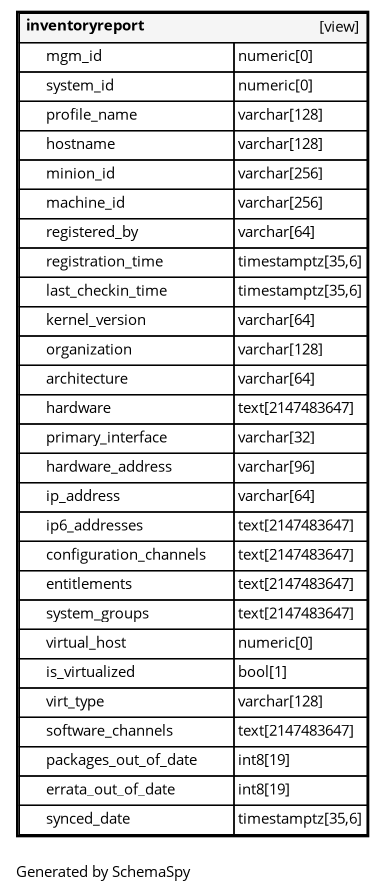
uyuni-project/uyuni-docs keeps this Graphviz diagram as reporting-db-schema/diagrams/tables/inventoryreport.1degree.png. Above is the earlier version. Its source is kept beside it as reporting-db-schema/diagrams/tables/inventoryreport.1degree.dot. Source of this version:
```dot
digraph "oneDegreeRelationshipsDiagram" {  graph [    rankdir="RL"    bgcolor="#ffffff"    label="\nGenerated by SchemaSpy"    labeljust="l"    nodesep="0.18"    ranksep="0.46"    fontname="Open Sans"    fontsize="11"    ration="compress"  ];  node [    fontname="Open Sans"    fontsize="11"    shape="plaintext"  ];  edge [    arrowsize="0.8"  ];
  "inventoryreport" [
   label=<
    <TABLE BORDER="2" CELLBORDER="1" CELLSPACING="0" BGCOLOR="#ffffff">
      <TR><TD COLSPAN="4"  BGCOLOR="#f5f5f5"><TABLE BORDER="0" CELLSPACING="0"><TR><TD ALIGN="LEFT" FIXEDSIZE="TRUE" WIDTH="96" HEIGHT="16"><B>inventoryreport</B></TD><TD ALIGN="RIGHT">[view]</TD></TR></TABLE></TD></TR>
      <TR><TD PORT="mgm_id" COLSPAN="2" ALIGN="LEFT"><TABLE BORDER="0" CELLSPACING="0" ALIGN="LEFT"><TR ALIGN="LEFT"><TD ALIGN="LEFT" FIXEDSIZE="TRUE" WIDTH="15" HEIGHT="16"></TD><TD ALIGN="LEFT" FIXEDSIZE="TRUE" WIDTH="140" HEIGHT="16">mgm_id</TD></TR></TABLE></TD><TD PORT="mgm_id.type" ALIGN="LEFT">numeric[0]</TD></TR>
      <TR><TD PORT="system_id" COLSPAN="2" ALIGN="LEFT"><TABLE BORDER="0" CELLSPACING="0" ALIGN="LEFT"><TR ALIGN="LEFT"><TD ALIGN="LEFT" FIXEDSIZE="TRUE" WIDTH="15" HEIGHT="16"></TD><TD ALIGN="LEFT" FIXEDSIZE="TRUE" WIDTH="140" HEIGHT="16">system_id</TD></TR></TABLE></TD><TD PORT="system_id.type" ALIGN="LEFT">numeric[0]</TD></TR>
      <TR><TD PORT="profile_name" COLSPAN="2" ALIGN="LEFT"><TABLE BORDER="0" CELLSPACING="0" ALIGN="LEFT"><TR ALIGN="LEFT"><TD ALIGN="LEFT" FIXEDSIZE="TRUE" WIDTH="15" HEIGHT="16"></TD><TD ALIGN="LEFT" FIXEDSIZE="TRUE" WIDTH="140" HEIGHT="16">profile_name</TD></TR></TABLE></TD><TD PORT="profile_name.type" ALIGN="LEFT">varchar[128]</TD></TR>
      <TR><TD PORT="hostname" COLSPAN="2" ALIGN="LEFT"><TABLE BORDER="0" CELLSPACING="0" ALIGN="LEFT"><TR ALIGN="LEFT"><TD ALIGN="LEFT" FIXEDSIZE="TRUE" WIDTH="15" HEIGHT="16"></TD><TD ALIGN="LEFT" FIXEDSIZE="TRUE" WIDTH="140" HEIGHT="16">hostname</TD></TR></TABLE></TD><TD PORT="hostname.type" ALIGN="LEFT">varchar[128]</TD></TR>
      <TR><TD PORT="minion_id" COLSPAN="2" ALIGN="LEFT"><TABLE BORDER="0" CELLSPACING="0" ALIGN="LEFT"><TR ALIGN="LEFT"><TD ALIGN="LEFT" FIXEDSIZE="TRUE" WIDTH="15" HEIGHT="16"></TD><TD ALIGN="LEFT" FIXEDSIZE="TRUE" WIDTH="140" HEIGHT="16">minion_id</TD></TR></TABLE></TD><TD PORT="minion_id.type" ALIGN="LEFT">varchar[256]</TD></TR>
      <TR><TD PORT="machine_id" COLSPAN="2" ALIGN="LEFT"><TABLE BORDER="0" CELLSPACING="0" ALIGN="LEFT"><TR ALIGN="LEFT"><TD ALIGN="LEFT" FIXEDSIZE="TRUE" WIDTH="15" HEIGHT="16"></TD><TD ALIGN="LEFT" FIXEDSIZE="TRUE" WIDTH="140" HEIGHT="16">machine_id</TD></TR></TABLE></TD><TD PORT="machine_id.type" ALIGN="LEFT">varchar[256]</TD></TR>
      <TR><TD PORT="registered_by" COLSPAN="2" ALIGN="LEFT"><TABLE BORDER="0" CELLSPACING="0" ALIGN="LEFT"><TR ALIGN="LEFT"><TD ALIGN="LEFT" FIXEDSIZE="TRUE" WIDTH="15" HEIGHT="16"></TD><TD ALIGN="LEFT" FIXEDSIZE="TRUE" WIDTH="140" HEIGHT="16">registered_by</TD></TR></TABLE></TD><TD PORT="registered_by.type" ALIGN="LEFT">varchar[64]</TD></TR>
      <TR><TD PORT="registration_time" COLSPAN="2" ALIGN="LEFT"><TABLE BORDER="0" CELLSPACING="0" ALIGN="LEFT"><TR ALIGN="LEFT"><TD ALIGN="LEFT" FIXEDSIZE="TRUE" WIDTH="15" HEIGHT="16"></TD><TD ALIGN="LEFT" FIXEDSIZE="TRUE" WIDTH="140" HEIGHT="16">registration_time</TD></TR></TABLE></TD><TD PORT="registration_time.type" ALIGN="LEFT">timestamptz[35,6]</TD></TR>
      <TR><TD PORT="last_checkin_time" COLSPAN="2" ALIGN="LEFT"><TABLE BORDER="0" CELLSPACING="0" ALIGN="LEFT"><TR ALIGN="LEFT"><TD ALIGN="LEFT" FIXEDSIZE="TRUE" WIDTH="15" HEIGHT="16"></TD><TD ALIGN="LEFT" FIXEDSIZE="TRUE" WIDTH="140" HEIGHT="16">last_checkin_time</TD></TR></TABLE></TD><TD PORT="last_checkin_time.type" ALIGN="LEFT">timestamptz[35,6]</TD></TR>
      <TR><TD PORT="kernel_version" COLSPAN="2" ALIGN="LEFT"><TABLE BORDER="0" CELLSPACING="0" ALIGN="LEFT"><TR ALIGN="LEFT"><TD ALIGN="LEFT" FIXEDSIZE="TRUE" WIDTH="15" HEIGHT="16"></TD><TD ALIGN="LEFT" FIXEDSIZE="TRUE" WIDTH="140" HEIGHT="16">kernel_version</TD></TR></TABLE></TD><TD PORT="kernel_version.type" ALIGN="LEFT">varchar[64]</TD></TR>
      <TR><TD PORT="organization" COLSPAN="2" ALIGN="LEFT"><TABLE BORDER="0" CELLSPACING="0" ALIGN="LEFT"><TR ALIGN="LEFT"><TD ALIGN="LEFT" FIXEDSIZE="TRUE" WIDTH="15" HEIGHT="16"></TD><TD ALIGN="LEFT" FIXEDSIZE="TRUE" WIDTH="140" HEIGHT="16">organization</TD></TR></TABLE></TD><TD PORT="organization.type" ALIGN="LEFT">varchar[128]</TD></TR>
      <TR><TD PORT="architecture" COLSPAN="2" ALIGN="LEFT"><TABLE BORDER="0" CELLSPACING="0" ALIGN="LEFT"><TR ALIGN="LEFT"><TD ALIGN="LEFT" FIXEDSIZE="TRUE" WIDTH="15" HEIGHT="16"></TD><TD ALIGN="LEFT" FIXEDSIZE="TRUE" WIDTH="140" HEIGHT="16">architecture</TD></TR></TABLE></TD><TD PORT="architecture.type" ALIGN="LEFT">varchar[64]</TD></TR>
      <TR><TD PORT="hardware" COLSPAN="2" ALIGN="LEFT"><TABLE BORDER="0" CELLSPACING="0" ALIGN="LEFT"><TR ALIGN="LEFT"><TD ALIGN="LEFT" FIXEDSIZE="TRUE" WIDTH="15" HEIGHT="16"></TD><TD ALIGN="LEFT" FIXEDSIZE="TRUE" WIDTH="140" HEIGHT="16">hardware</TD></TR></TABLE></TD><TD PORT="hardware.type" ALIGN="LEFT">text[2147483647]</TD></TR>
      <TR><TD PORT="primary_interface" COLSPAN="2" ALIGN="LEFT"><TABLE BORDER="0" CELLSPACING="0" ALIGN="LEFT"><TR ALIGN="LEFT"><TD ALIGN="LEFT" FIXEDSIZE="TRUE" WIDTH="15" HEIGHT="16"></TD><TD ALIGN="LEFT" FIXEDSIZE="TRUE" WIDTH="140" HEIGHT="16">primary_interface</TD></TR></TABLE></TD><TD PORT="primary_interface.type" ALIGN="LEFT">varchar[32]</TD></TR>
      <TR><TD PORT="hardware_address" COLSPAN="2" ALIGN="LEFT"><TABLE BORDER="0" CELLSPACING="0" ALIGN="LEFT"><TR ALIGN="LEFT"><TD ALIGN="LEFT" FIXEDSIZE="TRUE" WIDTH="15" HEIGHT="16"></TD><TD ALIGN="LEFT" FIXEDSIZE="TRUE" WIDTH="140" HEIGHT="16">hardware_address</TD></TR></TABLE></TD><TD PORT="hardware_address.type" ALIGN="LEFT">varchar[96]</TD></TR>
      <TR><TD PORT="ip_address" COLSPAN="2" ALIGN="LEFT"><TABLE BORDER="0" CELLSPACING="0" ALIGN="LEFT"><TR ALIGN="LEFT"><TD ALIGN="LEFT" FIXEDSIZE="TRUE" WIDTH="15" HEIGHT="16"></TD><TD ALIGN="LEFT" FIXEDSIZE="TRUE" WIDTH="140" HEIGHT="16">ip_address</TD></TR></TABLE></TD><TD PORT="ip_address.type" ALIGN="LEFT">varchar[64]</TD></TR>
      <TR><TD PORT="ip6_addresses" COLSPAN="2" ALIGN="LEFT"><TABLE BORDER="0" CELLSPACING="0" ALIGN="LEFT"><TR ALIGN="LEFT"><TD ALIGN="LEFT" FIXEDSIZE="TRUE" WIDTH="15" HEIGHT="16"></TD><TD ALIGN="LEFT" FIXEDSIZE="TRUE" WIDTH="140" HEIGHT="16">ip6_addresses</TD></TR></TABLE></TD><TD PORT="ip6_addresses.type" ALIGN="LEFT">text[2147483647]</TD></TR>
      <TR><TD PORT="configuration_channels" COLSPAN="2" ALIGN="LEFT"><TABLE BORDER="0" CELLSPACING="0" ALIGN="LEFT"><TR ALIGN="LEFT"><TD ALIGN="LEFT" FIXEDSIZE="TRUE" WIDTH="15" HEIGHT="16"></TD><TD ALIGN="LEFT" FIXEDSIZE="TRUE" WIDTH="140" HEIGHT="16">configuration_channels</TD></TR></TABLE></TD><TD PORT="configuration_channels.type" ALIGN="LEFT">text[2147483647]</TD></TR>
      <TR><TD PORT="entitlements" COLSPAN="2" ALIGN="LEFT"><TABLE BORDER="0" CELLSPACING="0" ALIGN="LEFT"><TR ALIGN="LEFT"><TD ALIGN="LEFT" FIXEDSIZE="TRUE" WIDTH="15" HEIGHT="16"></TD><TD ALIGN="LEFT" FIXEDSIZE="TRUE" WIDTH="140" HEIGHT="16">entitlements</TD></TR></TABLE></TD><TD PORT="entitlements.type" ALIGN="LEFT">text[2147483647]</TD></TR>
      <TR><TD PORT="system_groups" COLSPAN="2" ALIGN="LEFT"><TABLE BORDER="0" CELLSPACING="0" ALIGN="LEFT"><TR ALIGN="LEFT"><TD ALIGN="LEFT" FIXEDSIZE="TRUE" WIDTH="15" HEIGHT="16"></TD><TD ALIGN="LEFT" FIXEDSIZE="TRUE" WIDTH="140" HEIGHT="16">system_groups</TD></TR></TABLE></TD><TD PORT="system_groups.type" ALIGN="LEFT">text[2147483647]</TD></TR>
      <TR><TD PORT="virtual_host" COLSPAN="2" ALIGN="LEFT"><TABLE BORDER="0" CELLSPACING="0" ALIGN="LEFT"><TR ALIGN="LEFT"><TD ALIGN="LEFT" FIXEDSIZE="TRUE" WIDTH="15" HEIGHT="16"></TD><TD ALIGN="LEFT" FIXEDSIZE="TRUE" WIDTH="140" HEIGHT="16">virtual_host</TD></TR></TABLE></TD><TD PORT="virtual_host.type" ALIGN="LEFT">numeric[0]</TD></TR>
      <TR><TD PORT="is_virtualized" COLSPAN="2" ALIGN="LEFT"><TABLE BORDER="0" CELLSPACING="0" ALIGN="LEFT"><TR ALIGN="LEFT"><TD ALIGN="LEFT" FIXEDSIZE="TRUE" WIDTH="15" HEIGHT="16"></TD><TD ALIGN="LEFT" FIXEDSIZE="TRUE" WIDTH="140" HEIGHT="16">is_virtualized</TD></TR></TABLE></TD><TD PORT="is_virtualized.type" ALIGN="LEFT">bool[1]</TD></TR>
      <TR><TD PORT="virt_type" COLSPAN="2" ALIGN="LEFT"><TABLE BORDER="0" CELLSPACING="0" ALIGN="LEFT"><TR ALIGN="LEFT"><TD ALIGN="LEFT" FIXEDSIZE="TRUE" WIDTH="15" HEIGHT="16"></TD><TD ALIGN="LEFT" FIXEDSIZE="TRUE" WIDTH="140" HEIGHT="16">virt_type</TD></TR></TABLE></TD><TD PORT="virt_type.type" ALIGN="LEFT">varchar[128]</TD></TR>
      <TR><TD PORT="software_channels" COLSPAN="2" ALIGN="LEFT"><TABLE BORDER="0" CELLSPACING="0" ALIGN="LEFT"><TR ALIGN="LEFT"><TD ALIGN="LEFT" FIXEDSIZE="TRUE" WIDTH="15" HEIGHT="16"></TD><TD ALIGN="LEFT" FIXEDSIZE="TRUE" WIDTH="140" HEIGHT="16">software_channels</TD></TR></TABLE></TD><TD PORT="software_channels.type" ALIGN="LEFT">text[2147483647]</TD></TR>
      <TR><TD PORT="packages_out_of_date" COLSPAN="2" ALIGN="LEFT"><TABLE BORDER="0" CELLSPACING="0" ALIGN="LEFT"><TR ALIGN="LEFT"><TD ALIGN="LEFT" FIXEDSIZE="TRUE" WIDTH="15" HEIGHT="16"></TD><TD ALIGN="LEFT" FIXEDSIZE="TRUE" WIDTH="140" HEIGHT="16">packages_out_of_date</TD></TR></TABLE></TD><TD PORT="packages_out_of_date.type" ALIGN="LEFT">int8[19]</TD></TR>
      <TR><TD PORT="errata_out_of_date" COLSPAN="2" ALIGN="LEFT"><TABLE BORDER="0" CELLSPACING="0" ALIGN="LEFT"><TR ALIGN="LEFT"><TD ALIGN="LEFT" FIXEDSIZE="TRUE" WIDTH="15" HEIGHT="16"></TD><TD ALIGN="LEFT" FIXEDSIZE="TRUE" WIDTH="140" HEIGHT="16">errata_out_of_date</TD></TR></TABLE></TD><TD PORT="errata_out_of_date.type" ALIGN="LEFT">int8[19]</TD></TR>
      <TR><TD PORT="synced_date" COLSPAN="2" ALIGN="LEFT"><TABLE BORDER="0" CELLSPACING="0" ALIGN="LEFT"><TR ALIGN="LEFT"><TD ALIGN="LEFT" FIXEDSIZE="TRUE" WIDTH="15" HEIGHT="16"></TD><TD ALIGN="LEFT" FIXEDSIZE="TRUE" WIDTH="140" HEIGHT="16">synced_date</TD></TR></TABLE></TD><TD PORT="synced_date.type" ALIGN="LEFT">timestamptz[35,6]</TD></TR>
    </TABLE>>
    URL="inventoryreport.html"
    target="_top"
    tooltip="inventoryreport"
  ];
}
```
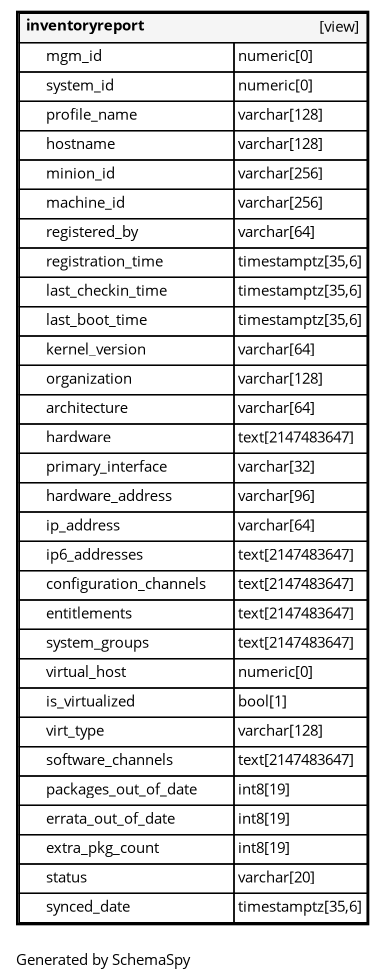
After the change.

Diff of the diagram source:
```diff
@@ -12,6 +12,7 @@
       <TR><TD PORT="registered_by" COLSPAN="2" ALIGN="LEFT"><TABLE BORDER="0" CELLSPACING="0" ALIGN="LEFT"><TR ALIGN="LEFT"><TD ALIGN="LEFT" FIXEDSIZE="TRUE" WIDTH="15" HEIGHT="16"></TD><TD ALIGN="LEFT" FIXEDSIZE="TRUE" WIDTH="140" HEIGHT="16">registered_by</TD></TR></TABLE></TD><TD PORT="registered_by.type" ALIGN="LEFT">varchar[64]</TD></TR>
       <TR><TD PORT="registration_time" COLSPAN="2" ALIGN="LEFT"><TABLE BORDER="0" CELLSPACING="0" ALIGN="LEFT"><TR ALIGN="LEFT"><TD ALIGN="LEFT" FIXEDSIZE="TRUE" WIDTH="15" HEIGHT="16"></TD><TD ALIGN="LEFT" FIXEDSIZE="TRUE" WIDTH="140" HEIGHT="16">registration_time</TD></TR></TABLE></TD><TD PORT="registration_time.type" ALIGN="LEFT">timestamptz[35,6]</TD></TR>
       <TR><TD PORT="last_checkin_time" COLSPAN="2" ALIGN="LEFT"><TABLE BORDER="0" CELLSPACING="0" ALIGN="LEFT"><TR ALIGN="LEFT"><TD ALIGN="LEFT" FIXEDSIZE="TRUE" WIDTH="15" HEIGHT="16"></TD><TD ALIGN="LEFT" FIXEDSIZE="TRUE" WIDTH="140" HEIGHT="16">last_checkin_time</TD></TR></TABLE></TD><TD PORT="last_checkin_time.type" ALIGN="LEFT">timestamptz[35,6]</TD></TR>
+      <TR><TD PORT="last_boot_time" COLSPAN="2" ALIGN="LEFT"><TABLE BORDER="0" CELLSPACING="0" ALIGN="LEFT"><TR ALIGN="LEFT"><TD ALIGN="LEFT" FIXEDSIZE="TRUE" WIDTH="15" HEIGHT="16"></TD><TD ALIGN="LEFT" FIXEDSIZE="TRUE" WIDTH="140" HEIGHT="16">last_boot_time</TD></TR></TABLE></TD><TD PORT="last_boot_time.type" ALIGN="LEFT">timestamptz[35,6]</TD></TR>
       <TR><TD PORT="kernel_version" COLSPAN="2" ALIGN="LEFT"><TABLE BORDER="0" CELLSPACING="0" ALIGN="LEFT"><TR ALIGN="LEFT"><TD ALIGN="LEFT" FIXEDSIZE="TRUE" WIDTH="15" HEIGHT="16"></TD><TD ALIGN="LEFT" FIXEDSIZE="TRUE" WIDTH="140" HEIGHT="16">kernel_version</TD></TR></TABLE></TD><TD PORT="kernel_version.type" ALIGN="LEFT">varchar[64]</TD></TR>
       <TR><TD PORT="organization" COLSPAN="2" ALIGN="LEFT"><TABLE BORDER="0" CELLSPACING="0" ALIGN="LEFT"><TR ALIGN="LEFT"><TD ALIGN="LEFT" FIXEDSIZE="TRUE" WIDTH="15" HEIGHT="16"></TD><TD ALIGN="LEFT" FIXEDSIZE="TRUE" WIDTH="140" HEIGHT="16">organization</TD></TR></TABLE></TD><TD PORT="organization.type" ALIGN="LEFT">varchar[128]</TD></TR>
       <TR><TD PORT="architecture" COLSPAN="2" ALIGN="LEFT"><TABLE BORDER="0" CELLSPACING="0" ALIGN="LEFT"><TR ALIGN="LEFT"><TD ALIGN="LEFT" FIXEDSIZE="TRUE" WIDTH="15" HEIGHT="16"></TD><TD ALIGN="LEFT" FIXEDSIZE="TRUE" WIDTH="140" HEIGHT="16">architecture</TD></TR></TABLE></TD><TD PORT="architecture.type" ALIGN="LEFT">varchar[64]</TD></TR>
@@ -29,6 +30,8 @@
       <TR><TD PORT="software_channels" COLSPAN="2" ALIGN="LEFT"><TABLE BORDER="0" CELLSPACING="0" ALIGN="LEFT"><TR ALIGN="LEFT"><TD ALIGN="LEFT" FIXEDSIZE="TRUE" WIDTH="15" HEIGHT="16"></TD><TD ALIGN="LEFT" FIXEDSIZE="TRUE" WIDTH="140" HEIGHT="16">software_channels</TD></TR></TABLE></TD><TD PORT="software_channels.type" ALIGN="LEFT">text[2147483647]</TD></TR>
       <TR><TD PORT="packages_out_of_date" COLSPAN="2" ALIGN="LEFT"><TABLE BORDER="0" CELLSPACING="0" ALIGN="LEFT"><TR ALIGN="LEFT"><TD ALIGN="LEFT" FIXEDSIZE="TRUE" WIDTH="15" HEIGHT="16"></TD><TD ALIGN="LEFT" FIXEDSIZE="TRUE" WIDTH="140" HEIGHT="16">packages_out_of_date</TD></TR></TABLE></TD><TD PORT="packages_out_of_date.type" ALIGN="LEFT">int8[19]</TD></TR>
       <TR><TD PORT="errata_out_of_date" COLSPAN="2" ALIGN="LEFT"><TABLE BORDER="0" CELLSPACING="0" ALIGN="LEFT"><TR ALIGN="LEFT"><TD ALIGN="LEFT" FIXEDSIZE="TRUE" WIDTH="15" HEIGHT="16"></TD><TD ALIGN="LEFT" FIXEDSIZE="TRUE" WIDTH="140" HEIGHT="16">errata_out_of_date</TD></TR></TABLE></TD><TD PORT="errata_out_of_date.type" ALIGN="LEFT">int8[19]</TD></TR>
+      <TR><TD PORT="extra_pkg_count" COLSPAN="2" ALIGN="LEFT"><TABLE BORDER="0" CELLSPACING="0" ALIGN="LEFT"><TR ALIGN="LEFT"><TD ALIGN="LEFT" FIXEDSIZE="TRUE" WIDTH="15" HEIGHT="16"></TD><TD ALIGN="LEFT" FIXEDSIZE="TRUE" WIDTH="140" HEIGHT="16">extra_pkg_count</TD></TR></TABLE></TD><TD PORT="extra_pkg_count.type" ALIGN="LEFT">int8[19]</TD></TR>
+      <TR><TD PORT="status" COLSPAN="2" ALIGN="LEFT"><TABLE BORDER="0" CELLSPACING="0" ALIGN="LEFT"><TR ALIGN="LEFT"><TD ALIGN="LEFT" FIXEDSIZE="TRUE" WIDTH="15" HEIGHT="16"></TD><TD ALIGN="LEFT" FIXEDSIZE="TRUE" WIDTH="140" HEIGHT="16">status</TD></TR></TABLE></TD><TD PORT="status.type" ALIGN="LEFT">varchar[20]</TD></TR>
       <TR><TD PORT="synced_date" COLSPAN="2" ALIGN="LEFT"><TABLE BORDER="0" CELLSPACING="0" ALIGN="LEFT"><TR ALIGN="LEFT"><TD ALIGN="LEFT" FIXEDSIZE="TRUE" WIDTH="15" HEIGHT="16"></TD><TD ALIGN="LEFT" FIXEDSIZE="TRUE" WIDTH="140" HEIGHT="16">synced_date</TD></TR></TABLE></TD><TD PORT="synced_date.type" ALIGN="LEFT">timestamptz[35,6]</TD></TR>
     </TABLE>>
     URL="inventoryreport.html"
```
